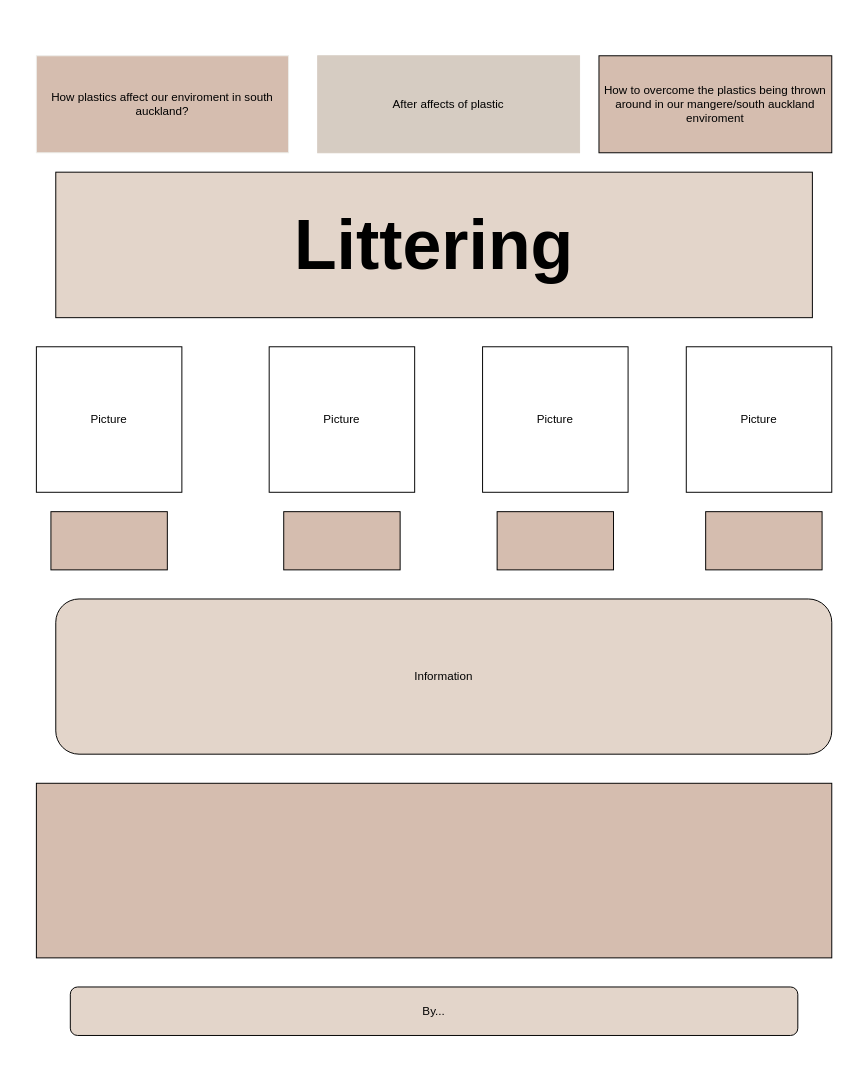
Before: Untitled Diagram.drawio in ASDAH-Digtal/website-Tivinia-Mul-1, a draw.io diagram. Source tidied: cells renumbered, new cells numbered last; positions are measured from the earlier drawing's top-left corner, leaving out a move shared by most shapes. Both pictures are drawn from the tidied source at 97%, with x=0, y=0 at pixel (36, 55).
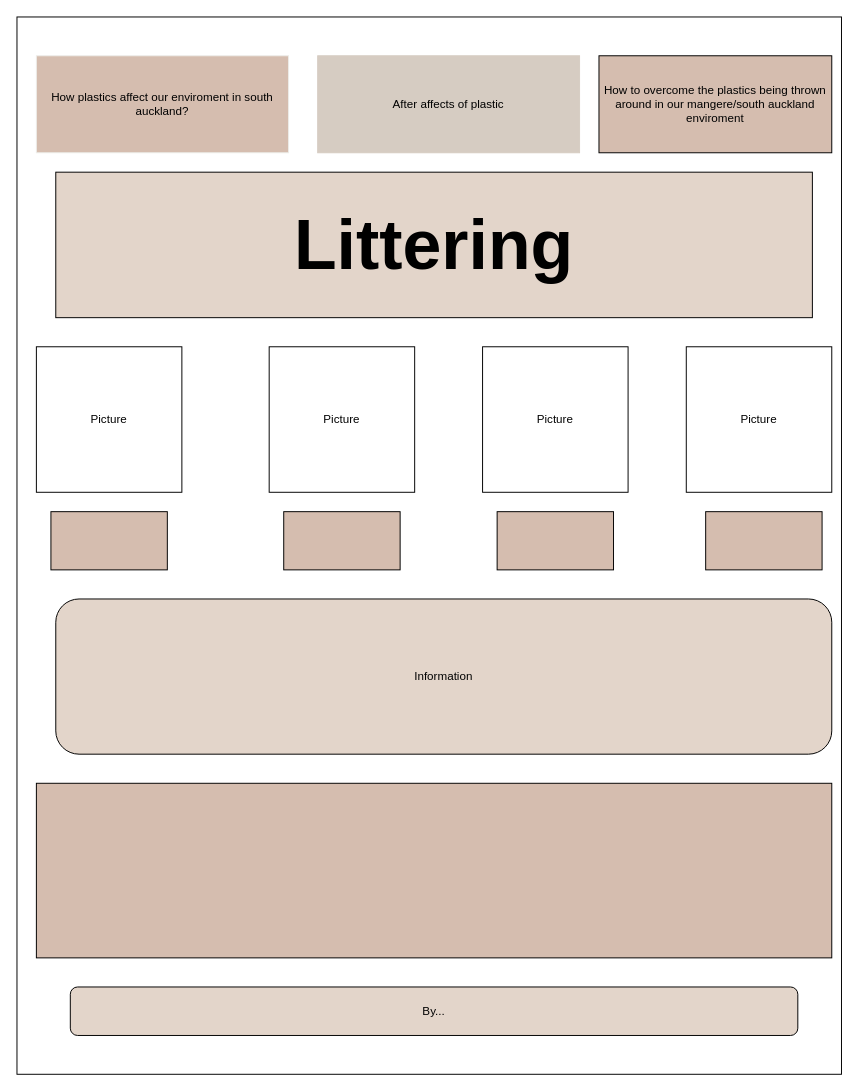
Above is the later version.

Change to the diagram source:
```diff
@@
 <mxGraphModel>
   <root>
     <mxCell id="0" />
     <mxCell id="1" parent="0" />
+    <mxCell id="17" style="rounded=0;whiteSpace=wrap;html=1;" parent="1" vertex="1">
+      <mxGeometry x="-20" y="-40" width="850" height="1090" as="geometry" />
+    </mxCell>
     <mxCell id="2" value="How plastics affect our enviroment in south auckland?" style="rounded=0;whiteSpace=wrap;html=1;strokeColor=#edede9;fillColor=#d5bdaf;" parent="1" vertex="1">
       <mxGeometry width="260" height="100" as="geometry" />
     </mxCell>
     <mxCell id="3" value="After affects of plastic" style="rounded=0;whiteSpace=wrap;html=1;strokeColor=#d6ccc2;fillColor=#d6ccc2;" parent="1" vertex="1">
       <mxGeometry x="290" width="270" height="100" as="geometry" />
     </mxCell>
     <mxCell id="4" value="How to overcome the plastics being thrown around in our mangere/south auckland enviroment" style="rounded=0;whiteSpace=wrap;html=1;fillColor=#D5BDAF;" parent="1" vertex="1">
       <mxGeometry x="580" width="240" height="100" as="geometry" />
     </mxCell>
     <mxCell id="5" value="&lt;b&gt;&lt;font style=&quot;font-size: 72px;&quot;&gt;Littering&lt;/font&gt;&lt;/b&gt;" style="rounded=0;whiteSpace=wrap;html=1;fillColor=#e3d5ca;" parent="1" vertex="1">
       <mxGeometry x="20" y="120" width="780" height="150" as="geometry" />
     </mxCell>
     <mxCell id="6" value="Picture" style="whiteSpace=wrap;html=1;" parent="1" vertex="1">
       <mxGeometry y="300" width="150" height="150" as="geometry" />
     </mxCell>
     <mxCell id="7" value="Picture" style="whiteSpace=wrap;html=1;" parent="1" vertex="1">
       <mxGeometry x="240" y="300" width="150" height="150" as="geometry" />
     </mxCell>
     <mxCell id="8" value="Picture" style="whiteSpace=wrap;html=1;" parent="1" vertex="1">
       <mxGeometry x="460" y="300" width="150" height="150" as="geometry" />
     </mxCell>
     <mxCell id="9" value="Picture" style="whiteSpace=wrap;html=1;" parent="1" vertex="1">
       <mxGeometry x="670" y="300" width="150" height="150" as="geometry" />
     </mxCell>
     <mxCell id="10" style="rounded=0;whiteSpace=wrap;html=1;fillColor=#d5bdaf;" parent="1" vertex="1">
       <mxGeometry x="15" y="470" width="120" height="60" as="geometry" />
     </mxCell>
     <mxCell id="11" style="rounded=0;whiteSpace=wrap;html=1;fillColor=#d5bdaf;" parent="1" vertex="1">
       <mxGeometry x="255" y="470" width="120" height="60" as="geometry" />
     </mxCell>
     <mxCell id="12" style="rounded=0;whiteSpace=wrap;html=1;fillColor=#d5bdaf;" parent="1" vertex="1">
       <mxGeometry x="475" y="470" width="120" height="60" as="geometry" />
     </mxCell>
     <mxCell id="13" style="rounded=0;whiteSpace=wrap;html=1;fillColor=#d5bdaf;" parent="1" vertex="1">
       <mxGeometry x="690" y="470" width="120" height="60" as="geometry" />
     </mxCell>
     <mxCell id="14" value="Information" style="rounded=1;whiteSpace=wrap;html=1;fillColor=#e3d5ca;" parent="1" vertex="1">
       <mxGeometry x="20" y="560" width="800" height="160" as="geometry" />
     </mxCell>
     <mxCell id="15" style="rounded=0;whiteSpace=wrap;html=1;fillColor=#d5bdaf;" parent="1" vertex="1">
       <mxGeometry y="750" width="820" height="180" as="geometry" />
     </mxCell>
     <mxCell id="16" value="By..." style="rounded=1;whiteSpace=wrap;html=1;fillColor=#e3d5ca;" parent="1" vertex="1">
       <mxGeometry x="35" y="960" width="750" height="50" as="geometry" />
     </mxCell>
   </root>
 </mxGraphModel>
```
